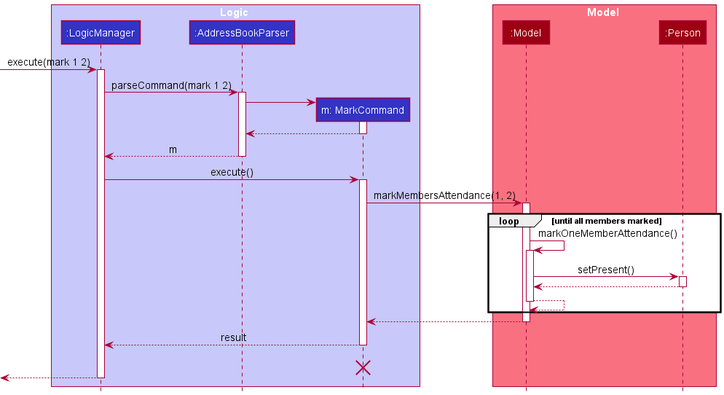
nus-cs2103-AY2122S1/tp keeps this PlantUML diagram as docs/images/MarkSequenceDiagram.png. Above is the earlier version. Its source is kept beside it as docs/diagrams/MarkSequenceDiagram.puml.
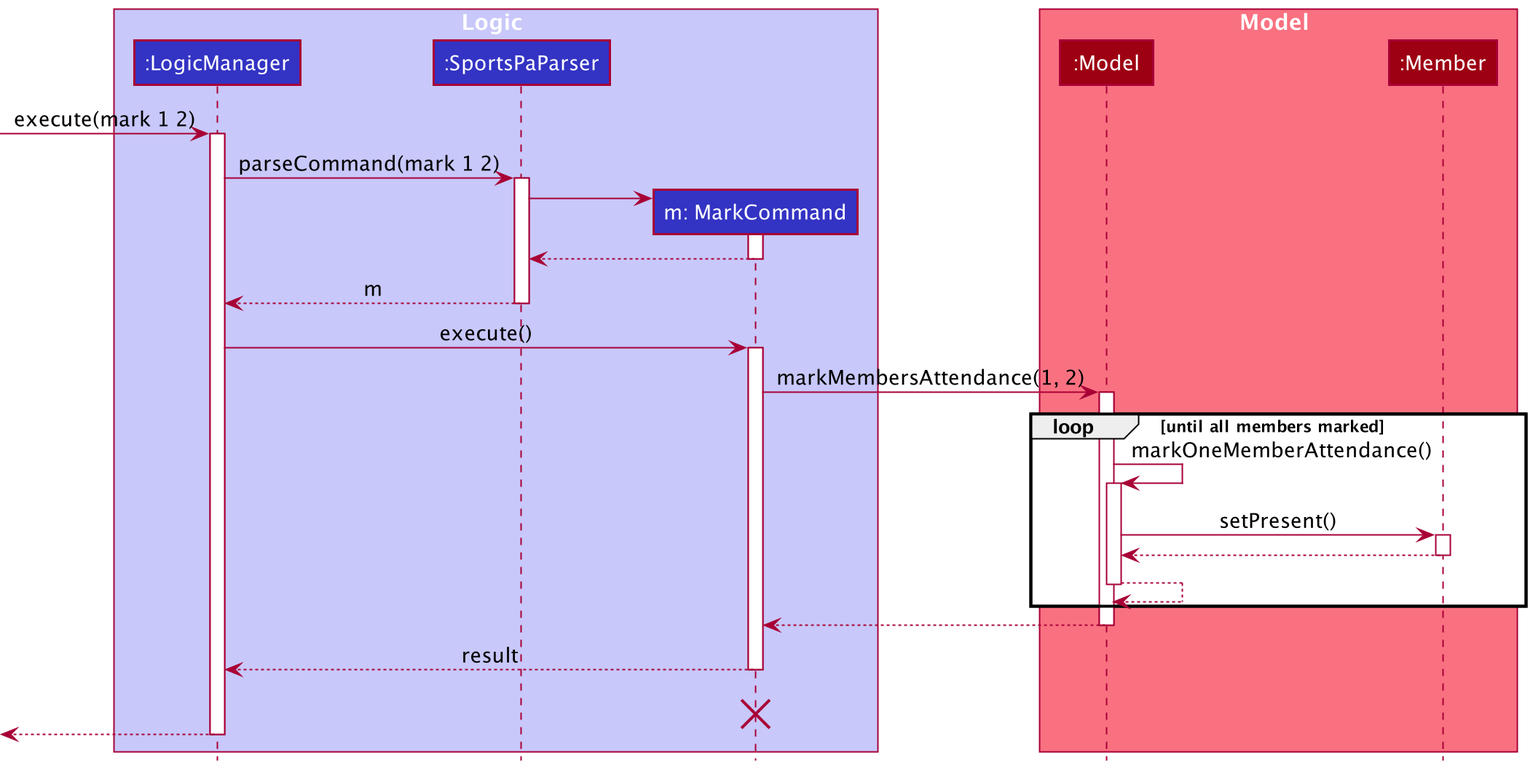
Later version of the same file.

Diff of the diagram source:
```diff
@@ -4,30 +4,30 @@
 
 box Logic LOGIC_COLOR_T1
 participant ":LogicManager" as LogicManager LOGIC_COLOR
-participant ":AddressBookParser" as AddressBookParser LOGIC_COLOR
+participant ":SportsPaParser" as SportsPaParser LOGIC_COLOR
 participant "m: MarkCommand" as MarkCommand LOGIC_COLOR
 end box
 
 box Model MODEL_COLOR_T1
 participant ":Model" as Model MODEL_COLOR
-participant ":Person" as Person MODEL_COLOR
+participant ":Member" as Member MODEL_COLOR
 end box
 
 [-> LogicManager : execute(mark 1 2)
 activate LogicManager
 
-LogicManager -> AddressBookParser : parseCommand(mark 1 2)
-activate AddressBookParser
+LogicManager -> SportsPaParser : parseCommand(mark 1 2)
+activate SportsPaParser
 
 create MarkCommand
-AddressBookParser -> MarkCommand
+SportsPaParser -> MarkCommand
 activate MarkCommand
 
-MarkCommand --> AddressBookParser
+MarkCommand --> SportsPaParser
 deactivate MarkCommand
 
-AddressBookParser --> LogicManager : m
-deactivate AddressBookParser
+SportsPaParser --> LogicManager : m
+deactivate SportsPaParser
 
 LogicManager -> MarkCommand : execute()
 activate MarkCommand
@@ -38,10 +38,10 @@
 loop until all members marked
 Model -> Model: markOneMemberAttendance()
 activate Model
-Model -> Person : setPresent()
-activate Person
-Person --> Model
-deactivate Person
+Model -> Member : setPresent()
+activate Member
+Member --> Model
+deactivate Member
 return
 end
 
```
